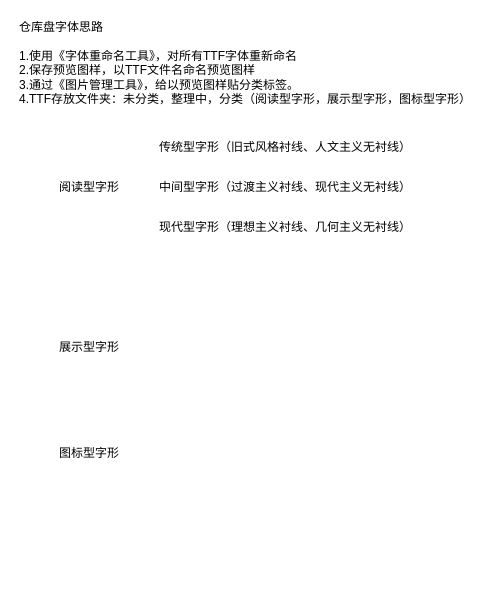
Earlier version of the draw.io diagram 字形分类.drawio (water0902/Draw.io). Source tidied: cells renumbered, new cells numbered last; positions are measured from the earlier drawing's top-left corner, leaving out a move shared by most shapes. Both pictures are drawn from the tidied source at 100%, with x=0, y=0 at pixel (17, 17).
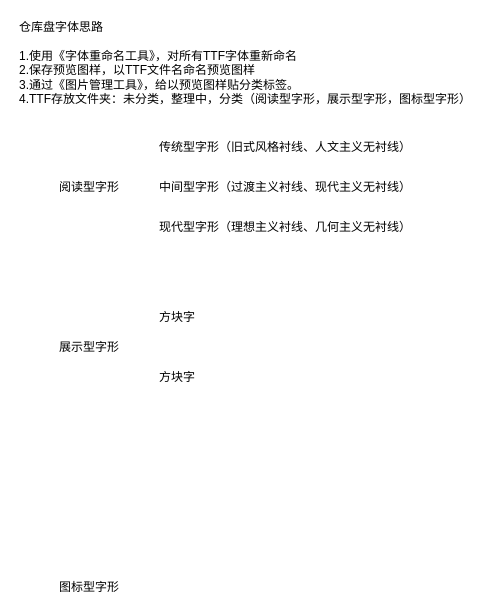
After the change.

Commit message (it also covers changes not shown here):
更新字形分类.drawio

Diff of the diagram source:
```diff
@@
 <mxGraphModel>
   <root>
     <mxCell id="0" />
     <mxCell id="1" parent="0" />
     <mxCell id="2" value="仓库盘字体思路" style="text;html=1;align=left;verticalAlign=middle;fillColor=none;strokeColor=none;rounded=0;" parent="1" vertex="1">
       <mxGeometry width="100" height="20" as="geometry" />
     </mxCell>
     <mxCell id="3" value="1.使用《字体重命名工具》，对所有TTF字体重新命名&lt;br&gt;2.保存预览图样，以TTF文件名命名预览图样&lt;br&gt;3.通过《图片管理工具》，给以预览图样贴分类标签。&lt;br&gt;4.TTF存放文件夹：未分类，整理中，分类（阅读型字形，展示型字形，图标型字形）" style="text;html=1;align=left;verticalAlign=middle;fillColor=none;strokeColor=none;rounded=0;" parent="1" vertex="1">
       <mxGeometry y="30" width="470" height="60" as="geometry" />
     </mxCell>
     <mxCell id="4" value="阅读型字形" style="text;html=1;align=left;verticalAlign=middle;fillColor=none;strokeColor=none;rounded=0;" parent="1" vertex="1">
       <mxGeometry x="40" y="160" width="80" height="20" as="geometry" />
     </mxCell>
     <mxCell id="5" value="展示型字形" style="text;html=1;align=left;verticalAlign=middle;fillColor=none;strokeColor=none;rounded=0;" parent="1" vertex="1">
       <mxGeometry x="40" y="320" width="80" height="20" as="geometry" />
     </mxCell>
     <mxCell id="6" value="图标型字形" style="text;html=1;align=left;verticalAlign=middle;fillColor=none;strokeColor=none;rounded=0;" parent="1" vertex="1">
-      <mxGeometry x="40" y="425.5" width="80" height="20" as="geometry" />
+      <mxGeometry x="40" y="560" width="80" height="20" as="geometry" />
     </mxCell>
     <mxCell id="7" value="传统型字形（旧式风格衬线、人文主义无衬线）" style="text;html=1;align=left;verticalAlign=middle;fillColor=none;strokeColor=none;rounded=0;" parent="1" vertex="1">
       <mxGeometry x="140" y="120" width="270" height="20" as="geometry" />
     </mxCell>
     <mxCell id="8" value="中间型字形（过渡主义衬线、现代主义无衬线）" style="text;html=1;align=left;verticalAlign=middle;fillColor=none;strokeColor=none;rounded=0;" parent="1" vertex="1">
       <mxGeometry x="140" y="160" width="270" height="20" as="geometry" />
     </mxCell>
     <mxCell id="9" value="现代型字形（理想主义衬线、几何主义无衬线）" style="text;html=1;align=left;verticalAlign=middle;fillColor=none;strokeColor=none;rounded=0;" parent="1" vertex="1">
       <mxGeometry x="140" y="200" width="270" height="20" as="geometry" />
     </mxCell>
+    <mxCell id="10" value="方块字" style="text;html=1;align=left;verticalAlign=middle;fillColor=none;strokeColor=none;rounded=0;" parent="1" vertex="1">
+      <mxGeometry x="140" y="290" width="50" height="20" as="geometry" />
+    </mxCell>
+    <mxCell id="11" value="方块字" style="text;html=1;align=left;verticalAlign=middle;fillColor=none;strokeColor=none;rounded=0;" parent="1" vertex="1">
+      <mxGeometry x="140" y="350" width="50" height="20" as="geometry" />
+    </mxCell>
   </root>
 </mxGraphModel>
```
